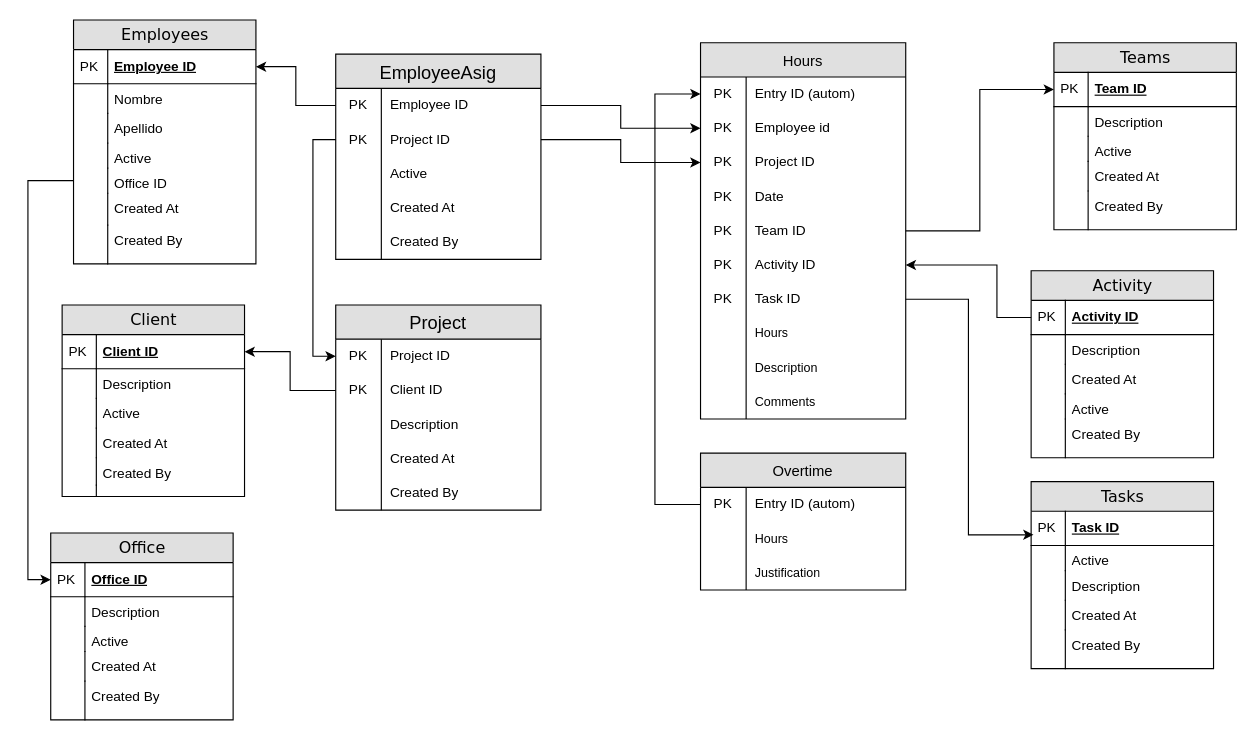
Before: DER.drawio in superbet-arg/Timesheet, a draw.io diagram. Source tidied: cells renumbered, new cells numbered last; positions are measured from the earlier drawing's top-left corner, leaving out a move shared by most shapes. Both pictures are drawn from the tidied source at 114%, with x=0, y=0 at pixel (50, 19).
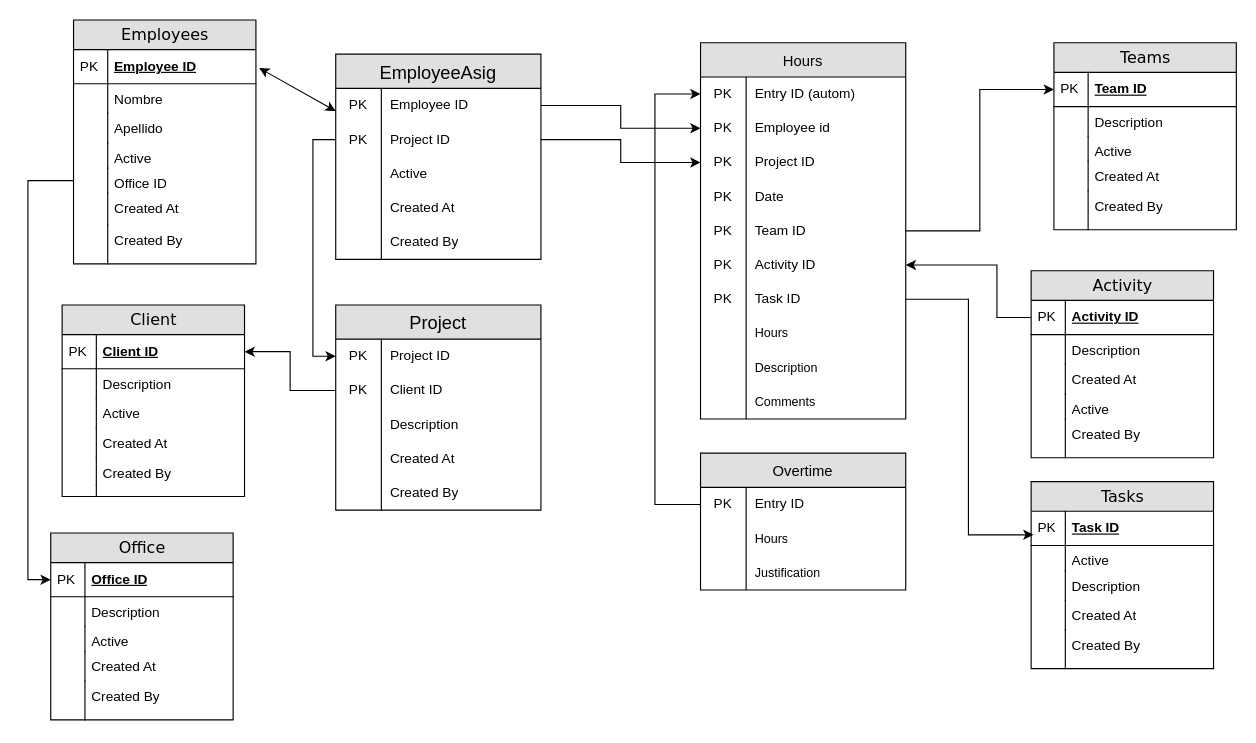
The same page after the edit.

The change refers to these unchanged cells:
```xml
<mxCell id="3" value="Employee ID" style="shape=partialRectangle;top=0;left=0;right=0;bottom=1;html=1;align=left;verticalAlign=middle;fillColor=none;spacingLeft=34;spacingRight=4;whiteSpace=wrap;overflow=hidden;points=[[0,0.5],[1,0.5]];portConstraint=eastwest;fontStyle=5;" parent="2" vertex="1">
  <mxGeometry y="26" width="160" height="30" as="geometry" />
</mxCell>
<mxCell id="111" style="shape=tableRow;horizontal=0;startSize=0;swimlaneHead=0;swimlaneBody=0;top=0;left=0;bottom=0;right=0;fillColor=none;points=[[0,0.5],[1,0.5]];portConstraint=eastwest;strokeColor=inherit;fontSize=16;" parent="110" vertex="1">
  <mxGeometry y="30" width="180" height="30" as="geometry" />
</mxCell>
<mxCell id="146" style="shape=tableRow;horizontal=0;startSize=0;swimlaneHead=0;swimlaneBody=0;top=0;left=0;bottom=0;right=0;fillColor=none;points=[[0,0.5],[1,0.5]];portConstraint=eastwest;strokeColor=inherit;fontSize=13;" parent="145" vertex="1">
  <mxGeometry y="30" width="180" height="30" as="geometry" />
</mxCell>
```

The edit, as a diff of the source:
```diff
@@
-    <mxCell id="126" style="edgeStyle=orthogonalEdgeStyle;rounded=0;jettySize=auto;html=1;entryX=1;entryY=0.5;entryDx=0;entryDy=0;" parent="1" edge="1" source="111" target="3">
-      <mxGeometry relative="1" as="geometry" />
-    </mxCell>
@@
-    <mxCell id="148" value="Entry ID (autom)" style="shape=partialRectangle;html=1;whiteSpace=wrap;fillColor=none;top=0;left=0;bottom=0;right=0;align=left;spacingLeft=6;overflow=hidden;strokeColor=inherit;fontSize=12;" parent="146" vertex="1">
+    <mxCell id="148" value="Entry ID" style="shape=partialRectangle;html=1;whiteSpace=wrap;fillColor=none;top=0;left=0;bottom=0;right=0;align=left;spacingLeft=6;overflow=hidden;strokeColor=inherit;fontSize=12;" parent="146" vertex="1">
       <mxGeometry x="40" width="140" height="30" as="geometry" />
     </mxCell>
@@
+    <mxCell id="157" style="endArrow=classic;startArrow=classic;html=1;rounded=0;exitX=1.018;exitY=0.54;exitDx=0;exitDy=0;exitPerimeter=0;entryX=0;entryY=0.667;entryDx=0;entryDy=0;entryPerimeter=0;" parent="1" edge="1" source="3" target="111">
+      <mxGeometry relative="1" as="geometry" />
+    </mxCell>
```
